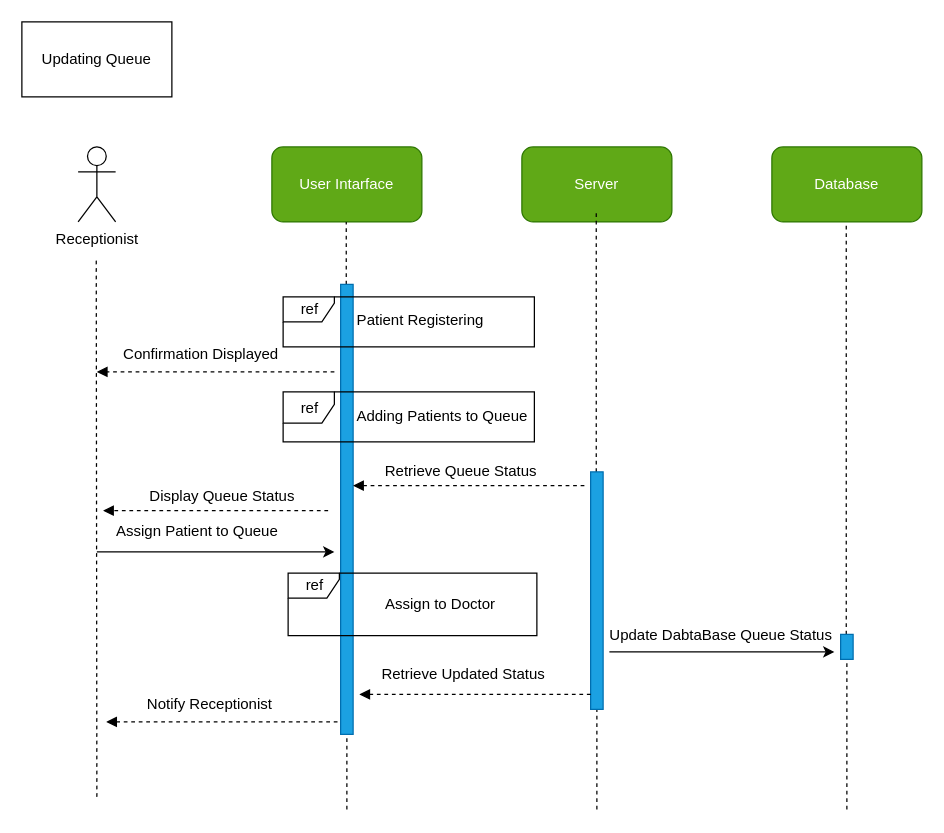
This is UseCase_Diagram/Sisay/queue.dio from Nama21yo/SDS-EMR, a draw.io file, before an edit. Source tidied: cells renumbered, new cells numbered last; positions are measured from the earlier drawing's top-left corner, leaving out a move shared by most shapes. Both pictures are drawn from the tidied source at 125%, with x=0, y=0 at pixel (21, 21).
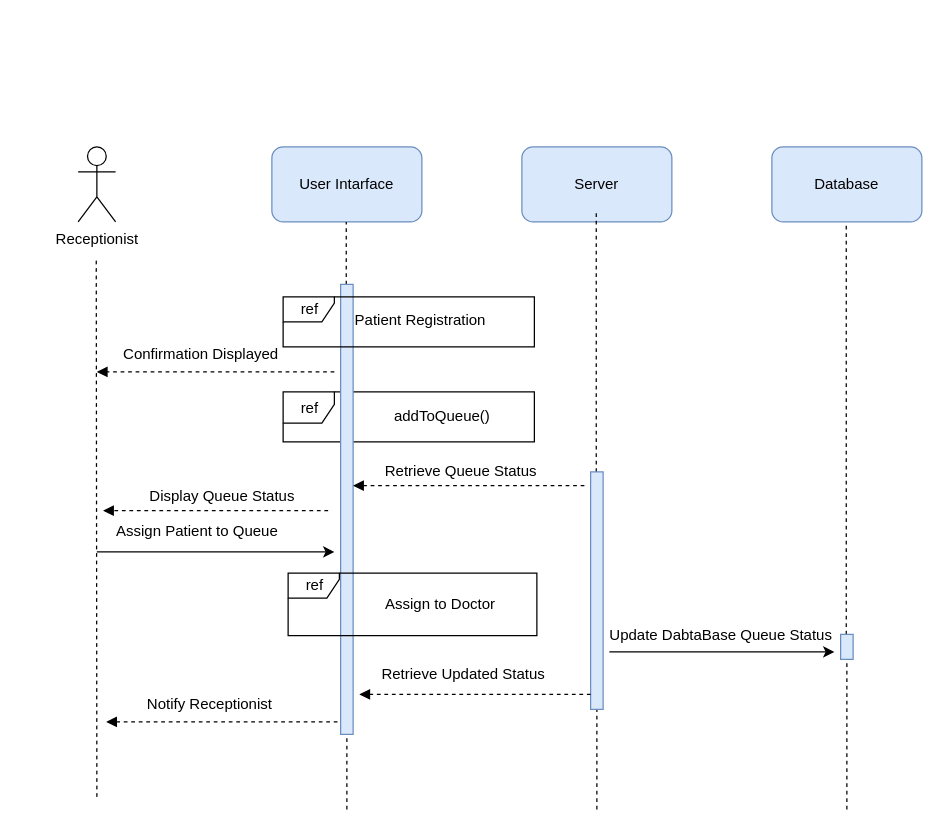
The same page after the edit.

Unchanged cells that the change refers to:
```xml
<mxCell id="18" value="ref" style="shape=umlFrame;tabPosition=left;html=1;boundedLbl=1;labelInHeader=1;width=41;height=20;" parent="1" vertex="1">
  <mxGeometry x="209" y="220" width="201" height="40" as="geometry" />
</mxCell>
```

What changed in the source:
```diff
@@
-<mxGraphModel>
+<mxGraphModel background="#ffffff">
@@
-    <mxCell id="2" style="rounded=0;whiteSpace=wrap;html=1;" parent="1" vertex="1">
-      <mxGeometry width="120" height="60" as="geometry" />
-    </mxCell>
-    <mxCell id="3" value="Updating Queue" style="text;html=1;strokeColor=none;fillColor=none;align=center;verticalAlign=middle;whiteSpace=wrap;rounded=0;" parent="1" vertex="1">
-      <mxGeometry x="10" y="15" width="100" height="30" as="geometry" />
-    </mxCell>
+    <mxCell id="27" value="ref" style="shape=umlFrame;tabPosition=left;html=1;boundedLbl=1;labelInHeader=1;width=41;height=25;" parent="1" vertex="1">
+      <mxGeometry x="209" y="296" width="201" height="40" as="geometry" />
+    </mxCell>
-    <mxCell id="4" value="User Intarface" style="rounded=1;whiteSpace=wrap;html=1;fillColor=#60a917;fontColor=#ffffff;strokeColor=#2D7600;" parent="1" vertex="1">
+    <mxCell id="4" value="User Intarface" style="rounded=1;whiteSpace=wrap;html=1;fillColor=#dae8fc;strokeColor=#6c8ebf;" parent="1" vertex="1">
       <mxGeometry x="200" y="100" width="120" height="60" as="geometry" />
     </mxCell>
-    <mxCell id="5" value="Server" style="rounded=1;whiteSpace=wrap;html=1;fillColor=#60a917;fontColor=#ffffff;strokeColor=#2D7600;" parent="1" vertex="1">
+    <mxCell id="5" value="Server" style="rounded=1;whiteSpace=wrap;html=1;fillColor=#dae8fc;strokeColor=#6c8ebf;" parent="1" vertex="1">
       <mxGeometry x="400" y="100" width="120" height="60" as="geometry" />
     </mxCell>
-    <mxCell id="6" value="Database" style="rounded=1;whiteSpace=wrap;html=1;fillColor=#60a917;fontColor=#ffffff;strokeColor=#2D7600;" parent="1" vertex="1">
+    <mxCell id="6" value="Database" style="rounded=1;whiteSpace=wrap;html=1;fillColor=#dae8fc;strokeColor=#6c8ebf;" parent="1" vertex="1">
       <mxGeometry x="600" y="100" width="120" height="60" as="geometry" />
     </mxCell>
@@
-    <mxCell id="13" style="html=1;points=[];perimeter=orthogonalPerimeter;fillColor=#1ba1e2;fontColor=#ffffff;strokeColor=#006EAF;" parent="1" vertex="1">
+    <mxCell id="13" style="html=1;points=[];perimeter=orthogonalPerimeter;fillColor=#dae8fc;strokeColor=#6c8ebf;" parent="1" vertex="1">
       <mxGeometry x="255" y="210" width="10" height="360" as="geometry" />
     </mxCell>
@@
-    <mxCell id="15" style="html=1;points=[];perimeter=orthogonalPerimeter;fillColor=#1ba1e2;fontColor=#ffffff;strokeColor=#006EAF;" parent="1" vertex="1">
+    <mxCell id="15" style="html=1;points=[];perimeter=orthogonalPerimeter;fillColor=#dae8fc;strokeColor=#6c8ebf;" parent="1" vertex="1">
       <mxGeometry x="455" y="360" width="10" height="190" as="geometry" />
     </mxCell>
@@
-    <mxCell id="17" style="html=1;points=[];perimeter=orthogonalPerimeter;fillColor=#1ba1e2;fontColor=#ffffff;strokeColor=#006EAF;" parent="1" vertex="1">
+    <mxCell id="17" style="html=1;points=[];perimeter=orthogonalPerimeter;fillColor=#dae8fc;strokeColor=#6c8ebf;" parent="1" vertex="1">
       <mxGeometry x="655" y="490" width="10" height="20" as="geometry" />
     </mxCell>
@@
-    <mxCell id="19" value="Patient Registering" style="text;align=center;" parent="18" vertex="1">
+    <mxCell id="19" value="Patient Registration" style="text;align=center;" parent="18" vertex="1">
       <mxGeometry width="100" height="20" relative="1" as="geometry">
         <mxPoint x="60" y="5" as="offset" />
       </mxGeometry>
     </mxCell>
@@
-    <mxCell id="22" value="Adding Patients to Queue" style="text;html=1;align=center;verticalAlign=middle;strokeColor=none;fillColor=none;" parent="1" vertex="1">
-      <mxGeometry x="256" y="301" width="160" height="30" as="geometry" />
+    <mxCell id="22" value="addToQueue()" style="text;html=1;align=center;verticalAlign=middle;strokeColor=none;fillColor=none;" parent="1" vertex="1">
+      <mxGeometry x="286" y="301" width="100" height="30" as="geometry" />
     </mxCell>
@@
-    <mxCell id="27" value="ref" style="shape=umlFrame;tabPosition=left;html=1;boundedLbl=1;labelInHeader=1;width=41;height=25;" parent="1" vertex="1">
-      <mxGeometry x="209" y="296" width="201" height="40" as="geometry" />
-    </mxCell>
```
